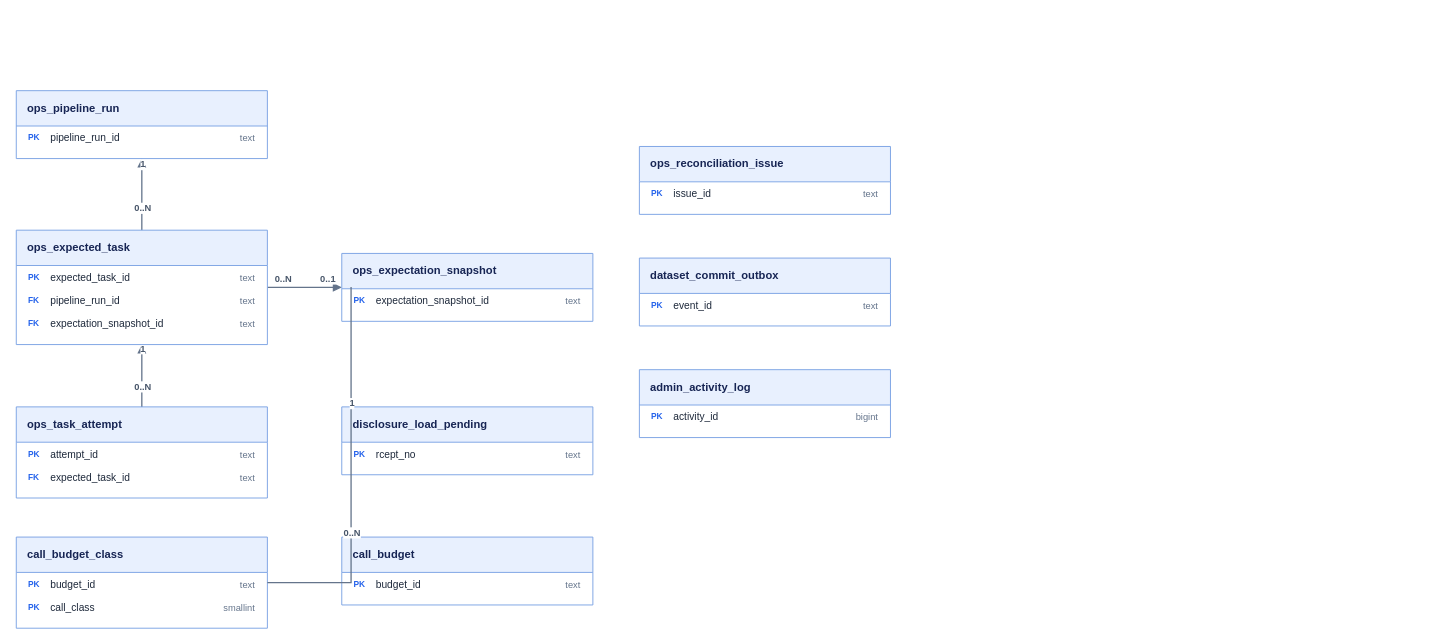
Above: docs/data-model/domains/operations/erd.drawio in alphaeveryday/edge (draw.io), before the change. Source tidied: cells renumbered, new cells numbered last; positions are measured from the earlier drawing's top-left corner, leaving out a move shared by most shapes. Both pictures are drawn from the tidied source at 93%, with x=0, y=0 at pixel (16, 90).
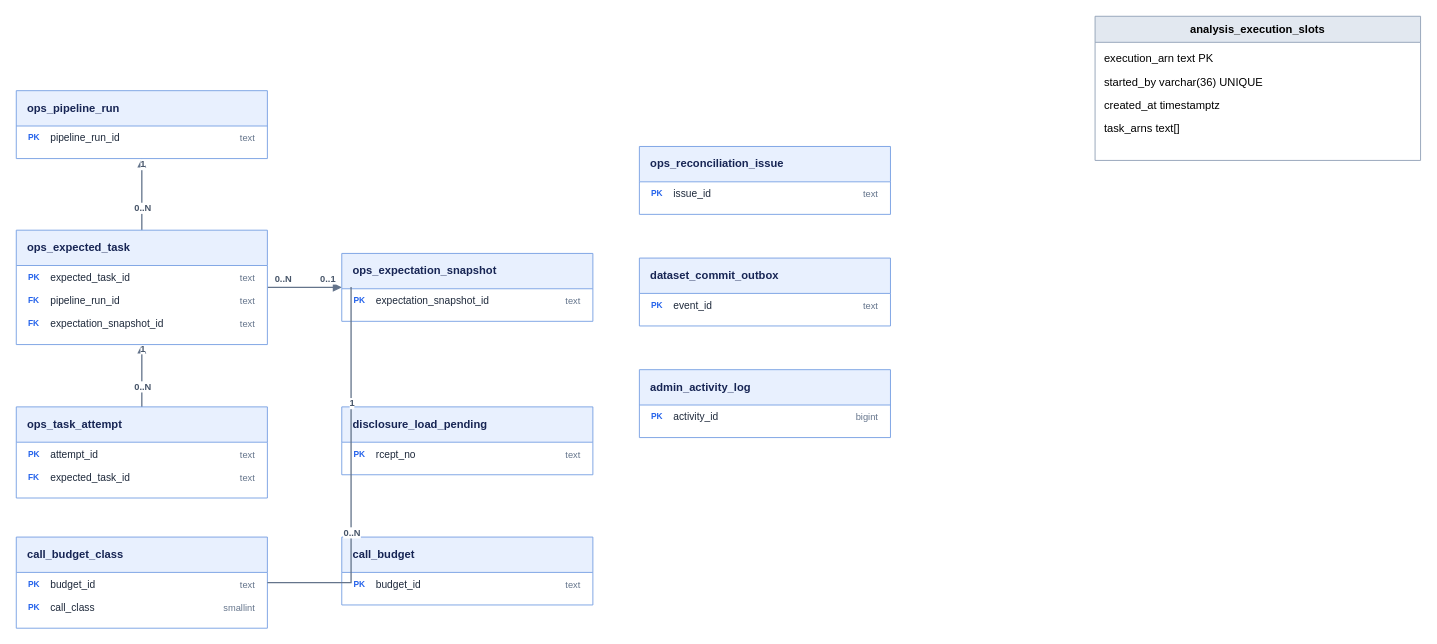
The same diagram, later.

Commit message (it also covers changes not shown here):
feat(analysis-v2): 분석 실행 수를 제한하고 중단된 작업을 회수

Diff of the diagram source:
```diff
@@
+    <mxCell id="38" value="analysis_execution_slots" style="swimlane;html=0;startSize=28;fillColor=#e2e8f0;strokeColor=#94a3b8;" parent="1" vertex="1">
+      <mxGeometry x="1160" y="-80" width="350" height="155" as="geometry" />
+    </mxCell>
+    <mxCell id="39" value="execution_arn text PK" style="text;html=0;align=left;spacingLeft=8;" parent="38" vertex="1">
+      <mxGeometry y="32" width="350" height="25" as="geometry" />
+    </mxCell>
+    <mxCell id="40" value="started_by varchar(36) UNIQUE" style="text;html=0;align=left;spacingLeft=8;" parent="38" vertex="1">
+      <mxGeometry y="57" width="350" height="25" as="geometry" />
+    </mxCell>
+    <mxCell id="41" value="created_at timestamptz" style="text;html=0;align=left;spacingLeft=8;" parent="38" vertex="1">
+      <mxGeometry y="82" width="350" height="25" as="geometry" />
+    </mxCell>
+    <mxCell id="42" value="task_arns text[]" style="text;html=0;align=left;spacingLeft=8;" parent="38" vertex="1">
+      <mxGeometry y="107" width="350" height="25" as="geometry" />
+    </mxCell>
```
